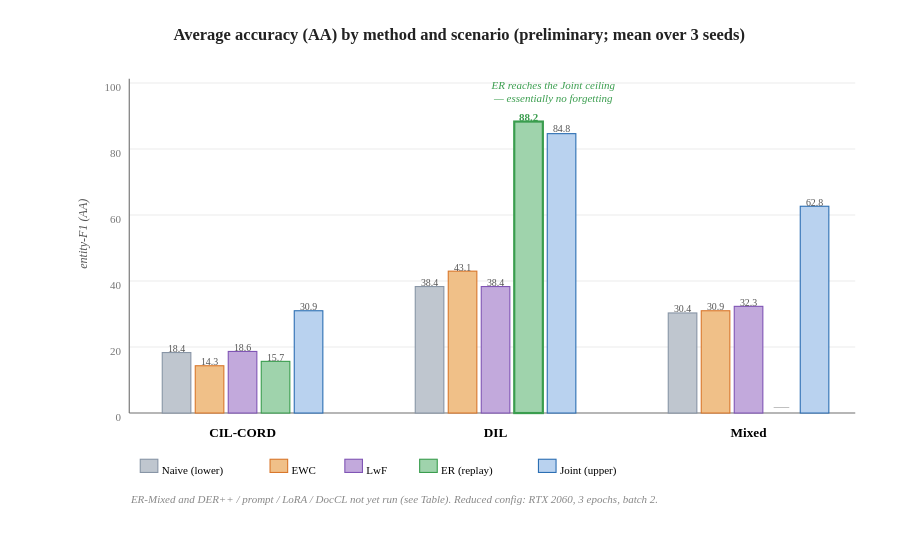
hoangthanh283/CLUE keeps this draw.io diagram as thesis/figures_src/drawio/bench_aa_bars.drawio. Above is the earlier version. Source tidied: cells renumbered, new cells numbered last; positions are measured from the earlier drawing's top-left corner, leaving out a move shared by most shapes. Both pictures are drawn from the tidied source at 110%, with x=0, y=0 at pixel (19, 19).
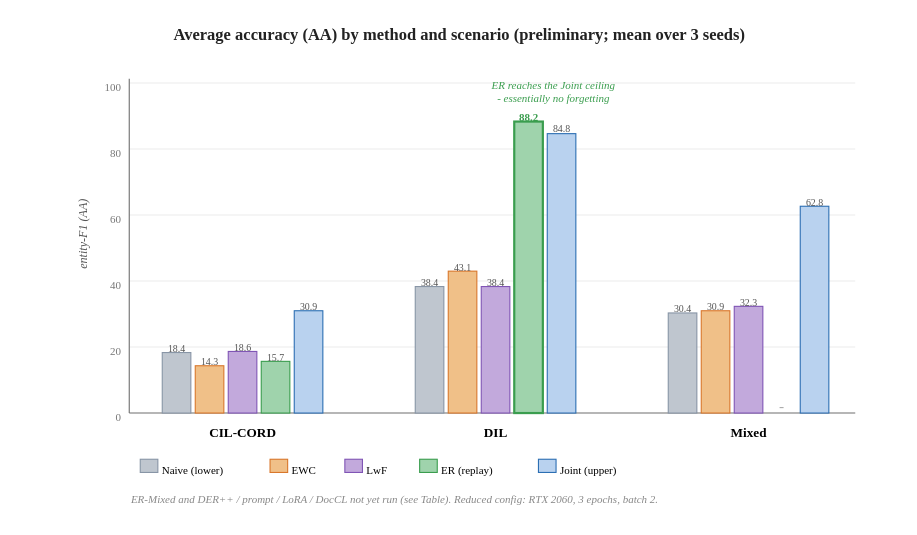
The same page after the edit.

Change to the diagram source:
```diff
@@
-    <mxCell id="30" value="—" style="text;html=1;align=center;fontFamily=Times New Roman;fontSize=14;fontColor=#AAAAAA;" parent="1" vertex="1">
+    <mxCell id="30" value="-" style="text;html=1;align=center;fontFamily=Times New Roman;fontSize=14;fontColor=#AAAAAA;" parent="1" vertex="1">
       <mxGeometry x="680" y="338" width="26" height="20" as="geometry" />
     </mxCell>
@@
-    <mxCell id="46" value="ER reaches the Joint ceiling&#10;— essentially no forgetting" style="text;html=1;align=center;fontFamily=Times New Roman;fontSize=10;fontStyle=2;fontColor=#3A9D4E;whiteSpace=wrap;" parent="1" vertex="1">
+    <mxCell id="46" value="ER reaches the Joint ceiling&#10; - essentially no forgetting" style="text;html=1;align=center;fontFamily=Times New Roman;fontSize=10;fontStyle=2;fontColor=#3A9D4E;whiteSpace=wrap;" parent="1" vertex="1">
       <mxGeometry x="396" y="48" width="180" height="30" as="geometry" />
     </mxCell>
```
